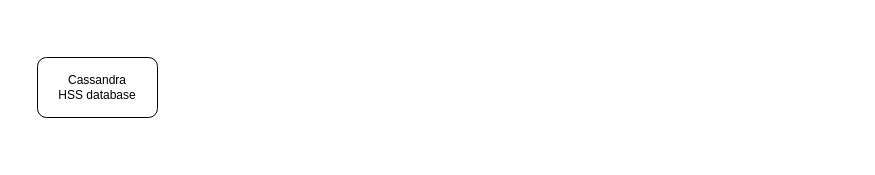
Earlier version of the draw.io diagram Overall Sytem.drawio (Graduation-Project-VHT/Diagrams). Source tidied: cells renumbered, new cells numbered last; positions are measured from the earlier drawing's top-left corner, leaving out a move shared by most shapes. Both pictures are drawn from the tidied source at 100%, with x=0, y=0 at pixel (37, 57).
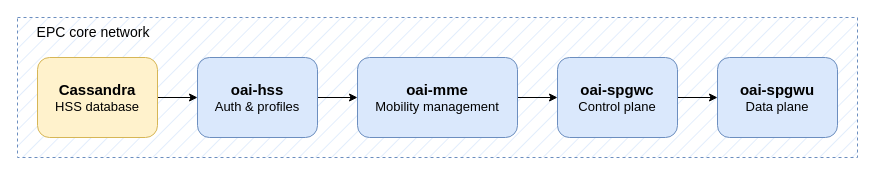
Above is the later version.

Diff of the diagram source:
```diff
@@
 <mxGraphModel>
   <root>
     <mxCell id="0" />
     <mxCell id="1" parent="0" />
+    <mxCell id="3" style="rounded=0;whiteSpace=wrap;html=1;dashed=1;fillColor=#dae8fc;strokeColor=#6c8ebf;fillStyle=hatch;" parent="1" vertex="1">
+      <mxGeometry x="-20" y="-40" width="840" height="140" as="geometry" />
+    </mxCell>
+    <mxCell id="4" style="edgeStyle=orthogonalEdgeStyle;rounded=0;jettySize=auto;html=1;" parent="1" edge="1" source="2" target="6">
+      <mxGeometry relative="1" as="geometry" />
+    </mxCell>
-    <mxCell id="2" value="Cassandra&lt;div&gt;HSS database&lt;/div&gt;" style="rounded=1;whiteSpace=wrap;html=1;" parent="1" vertex="1">
-      <mxGeometry width="120" height="60" as="geometry" />
+    <mxCell id="2" value="&lt;font style=&quot;font-size: 15px;&quot;&gt;&lt;b&gt;Cassandra&lt;/b&gt;&lt;/font&gt;&lt;div&gt;&lt;font style=&quot;font-size: 13px;&quot;&gt;HSS database&lt;/font&gt;&lt;/div&gt;" style="rounded=1;whiteSpace=wrap;html=1;fillColor=#fff2cc;strokeColor=#d6b656;" parent="1" vertex="1">
+      <mxGeometry width="120" height="80" as="geometry" />
     </mxCell>
+    <mxCell id="5" style="edgeStyle=orthogonalEdgeStyle;rounded=0;jettySize=auto;html=1;" parent="1" edge="1" source="6" target="8">
+      <mxGeometry relative="1" as="geometry" />
+    </mxCell>
+    <mxCell id="6" value="&lt;span style=&quot;font-size: 15px;&quot;&gt;&lt;b&gt;oai-hss&lt;/b&gt;&lt;/span&gt;&lt;br&gt;&lt;div&gt;&lt;font style=&quot;font-size: 13px;&quot;&gt;Auth &amp;amp; profiles&lt;/font&gt;&lt;/div&gt;" style="rounded=1;whiteSpace=wrap;html=1;fillColor=#dae8fc;strokeColor=#6c8ebf;" parent="1" vertex="1">
+      <mxGeometry x="160" width="120" height="80" as="geometry" />
+    </mxCell>
+    <mxCell id="7" style="edgeStyle=orthogonalEdgeStyle;rounded=0;jettySize=auto;html=1;" parent="1" edge="1" source="8" target="10">
+      <mxGeometry relative="1" as="geometry" />
+    </mxCell>
+    <mxCell id="8" value="&lt;span style=&quot;font-size: 15px;&quot;&gt;&lt;b&gt;oai-mme&lt;/b&gt;&lt;/span&gt;&lt;div&gt;&lt;span style=&quot;font-size: 13px;&quot;&gt;Mobility management&lt;/span&gt;&lt;/div&gt;" style="rounded=1;whiteSpace=wrap;html=1;fillColor=#dae8fc;strokeColor=#6c8ebf;" parent="1" vertex="1">
+      <mxGeometry x="320" width="160" height="80" as="geometry" />
+    </mxCell>
+    <mxCell id="9" style="edgeStyle=orthogonalEdgeStyle;rounded=0;jettySize=auto;html=1;" parent="1" edge="1" source="10" target="11">
+      <mxGeometry relative="1" as="geometry" />
+    </mxCell>
+    <mxCell id="10" value="&lt;span style=&quot;font-size: 15px;&quot;&gt;&lt;b&gt;oai-spgwc&lt;/b&gt;&lt;/span&gt;&lt;div&gt;&lt;span style=&quot;font-size: 13px;&quot;&gt;Control plane&lt;/span&gt;&lt;/div&gt;" style="rounded=1;whiteSpace=wrap;html=1;fillColor=#dae8fc;strokeColor=#6c8ebf;" parent="1" vertex="1">
+      <mxGeometry x="520" width="120" height="80" as="geometry" />
+    </mxCell>
+    <mxCell id="11" value="&lt;span style=&quot;font-size: 15px;&quot;&gt;&lt;b&gt;oai-spgwu&lt;/b&gt;&lt;/span&gt;&lt;div&gt;&lt;span style=&quot;font-size: 13px;&quot;&gt;Data plane&lt;/span&gt;&lt;/div&gt;" style="rounded=1;whiteSpace=wrap;html=1;fillColor=#dae8fc;strokeColor=#6c8ebf;" parent="1" vertex="1">
+      <mxGeometry x="680" width="120" height="80" as="geometry" />
+    </mxCell>
+    <mxCell id="12" value="EPC core network" style="text;html=1;whiteSpace=wrap;strokeColor=none;fillColor=none;align=center;verticalAlign=middle;rounded=0;fontSize=14;" parent="1" vertex="1">
+      <mxGeometry x="-4" y="-40" width="120" height="30" as="geometry" />
+    </mxCell>
   </root>
 </mxGraphModel>
```
